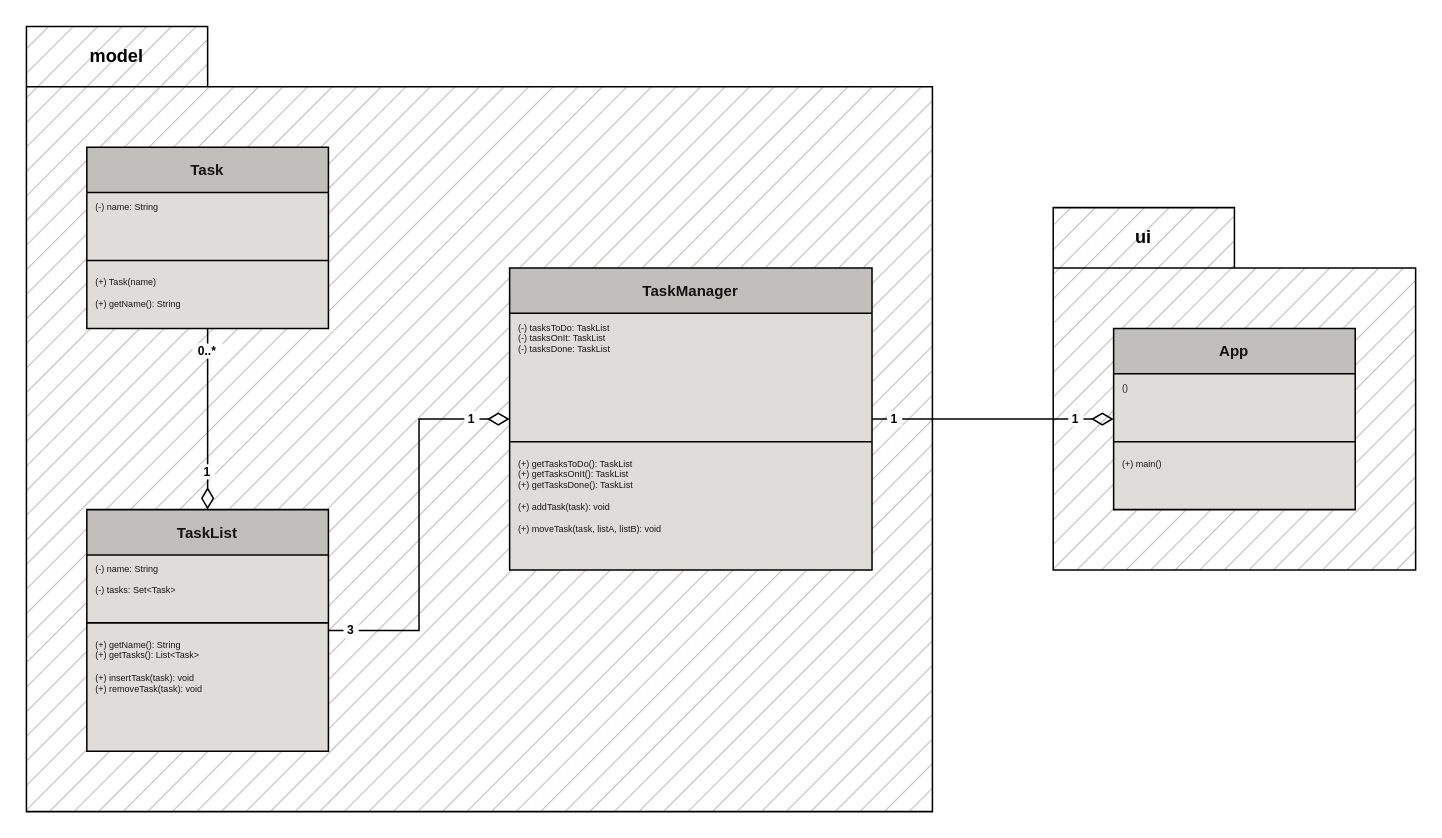
Before: docs/overview.drawio in diego-52h/kanban, a draw.io diagram. Source tidied: cells renumbered, new cells numbered last; positions are measured from the earlier drawing's top-left corner, leaving out a move shared by most shapes. Both pictures are drawn from the tidied source at 151%, with x=0, y=0 at pixel (26, 26).
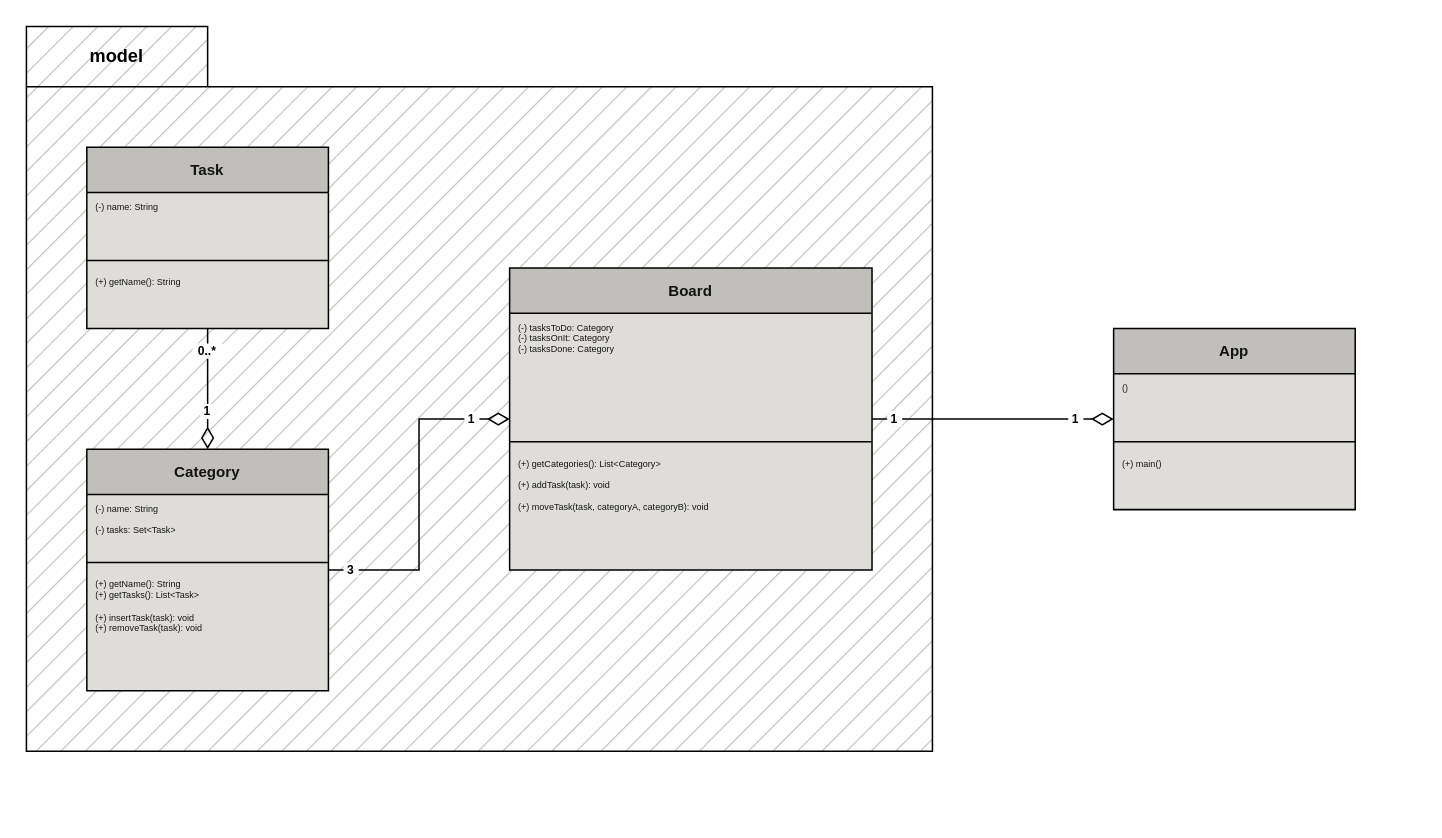
After the change.

Unchanged cells that the change refers to:
```xml
<mxCell id="9" value="Task" style="swimlane;fontStyle=1;align=center;verticalAlign=middle;horizontal=1;startSize=30;whiteSpace=wrap;html=1;fontFamily=Source Sans Pro;labelBackgroundColor=none;textOpacity=90;swimlaneFillColor=#deddda;fillColor=#c0bfbc;fontSize=10;rounded=0;" parent="1" vertex="1">
  <mxGeometry x="40" y="80" width="160" height="120" as="geometry" />
</mxCell>
```

The edit, as a diff of the source:
```diff
@@
-    <mxCell id="2" value="ui" style="shape=folder;fontStyle=1;tabWidth=120;tabHeight=40;tabPosition=left;html=1;boundedLbl=1;labelInHeader=1;whiteSpace=wrap;fillStyle=hatch;fillColor=#c0bfbc;fontFamily=Source Sans Pro;verticalAlign=middle;" parent="1" vertex="1">
-      <mxGeometry x="680" y="120" width="240" height="240" as="geometry" />
-    </mxCell>
     <mxCell id="3" value="model" style="shape=folder;fontStyle=1;tabWidth=120;tabHeight=40;tabPosition=left;html=1;boundedLbl=1;labelInHeader=1;whiteSpace=wrap;fillStyle=hatch;fillColor=#c0bfbc;fontFamily=Source Sans Pro;verticalAlign=middle;" parent="1" vertex="1">
-      <mxGeometry width="600" height="520" as="geometry" />
+      <mxGeometry width="600" height="480" as="geometry" />
     </mxCell>
@@
-    <mxCell id="12" value="&lt;div&gt;(+) Task(name)&lt;br&gt;&lt;/div&gt;&lt;div&gt;&lt;br&gt;&lt;/div&gt;&lt;div&gt;(+) getName(): String&lt;/div&gt;" style="text;align=left;verticalAlign=top;spacingLeft=4;spacingRight=4;overflow=hidden;whiteSpace=wrap;html=1;fontFamily=Source Code Pro;labelBackgroundColor=none;textOpacity=90;swimlaneFillColor=#deddda;fontSize=6;rounded=0;" parent="9" vertex="1">
+    <mxCell id="12" value="(+) getName(): String" style="text;align=left;verticalAlign=top;spacingLeft=4;spacingRight=4;overflow=hidden;whiteSpace=wrap;html=1;fontFamily=Source Code Pro;labelBackgroundColor=none;textOpacity=90;swimlaneFillColor=#deddda;fontSize=6;rounded=0;" parent="9" vertex="1">
       <mxGeometry y="80" width="160" height="40" as="geometry" />
     </mxCell>
-    <mxCell id="13" value="TaskList" style="swimlane;fontStyle=1;align=center;verticalAlign=middle;horizontal=1;startSize=30;whiteSpace=wrap;html=1;fontFamily=Source Sans Pro;labelBackgroundColor=none;textOpacity=90;swimlaneFillColor=#deddda;fillColor=#c0bfbc;fontSize=10;rounded=0;" parent="1" vertex="1">
-      <mxGeometry x="40" y="320" width="160" height="160" as="geometry" />
+    <mxCell id="13" value="Category" style="swimlane;fontStyle=1;align=center;verticalAlign=middle;horizontal=1;startSize=30;whiteSpace=wrap;html=1;fontFamily=Source Sans Pro;labelBackgroundColor=none;textOpacity=90;swimlaneFillColor=#deddda;fillColor=#c0bfbc;fontSize=10;rounded=0;" parent="1" vertex="1">
+      <mxGeometry x="40" y="280" width="160" height="160" as="geometry" />
     </mxCell>
@@
     <mxCell id="19" value="1" style="text;html=1;align=center;verticalAlign=middle;whiteSpace=wrap;rounded=0;fontSize=8;fontStyle=1;fontFamily=Source Code Pro;fillColor=default;" parent="1" vertex="1">
-      <mxGeometry x="115" y="290" width="10" height="10" as="geometry" />
+      <mxGeometry x="115" y="250" width="10" height="10" as="geometry" />
     </mxCell>
-    <mxCell id="20" value="TaskManager" style="swimlane;fontStyle=1;align=center;verticalAlign=middle;horizontal=1;startSize=30;whiteSpace=wrap;html=1;fontFamily=Source Sans Pro;labelBackgroundColor=none;textOpacity=90;swimlaneFillColor=#deddda;fillColor=#c0bfbc;fontSize=10;rounded=0;" parent="1" vertex="1">
+    <mxCell id="20" value="Board" style="swimlane;fontStyle=1;align=center;verticalAlign=middle;horizontal=1;startSize=30;whiteSpace=wrap;html=1;fontFamily=Source Sans Pro;labelBackgroundColor=none;textOpacity=90;swimlaneFillColor=#deddda;fillColor=#c0bfbc;fontSize=10;rounded=0;" parent="1" vertex="1">
       <mxGeometry x="320" y="160" width="240" height="200" as="geometry" />
     </mxCell>
-    <mxCell id="21" value="&lt;div&gt;(-) tasksToDo: TaskList&lt;/div&gt;&lt;div&gt;(-) tasksOnIt: TaskList&lt;/div&gt;&lt;div&gt;(-) tasksDone: TaskList&lt;/div&gt;" style="text;align=left;verticalAlign=top;spacingLeft=4;spacingRight=4;overflow=hidden;whiteSpace=wrap;html=1;fontFamily=Source Code Pro;labelBackgroundColor=none;textOpacity=90;swimlaneFillColor=#deddda;fontSize=6;rounded=0;" parent="20" vertex="1">
+    <mxCell id="21" value="&lt;div&gt;(-) tasksToDo: Category&lt;br&gt;&lt;/div&gt;&lt;div&gt;(-) tasksOnIt: Category&lt;br&gt;&lt;/div&gt;&lt;div&gt;(-) tasksDone: Category&lt;br&gt;&lt;/div&gt;" style="text;align=left;verticalAlign=top;spacingLeft=4;spacingRight=4;overflow=hidden;whiteSpace=wrap;html=1;fontFamily=Source Code Pro;labelBackgroundColor=none;textOpacity=90;swimlaneFillColor=#deddda;fontSize=6;rounded=0;" parent="20" vertex="1">
       <mxGeometry y="30" width="240" height="80" as="geometry" />
     </mxCell>
@@
-    <mxCell id="23" value="(+) getTasksToDo(): TaskList&lt;div&gt;(+) getTasksOnIt(): TaskList&lt;/div&gt;&lt;div&gt;(+) getTasksDone(): TaskList&lt;/div&gt;&lt;div&gt;&lt;br&gt;&lt;/div&gt;&lt;div&gt;&lt;div&gt;(+) addTask(task): void&lt;br&gt;&lt;/div&gt;&lt;/div&gt;&lt;div&gt;&lt;br&gt;&lt;/div&gt;&lt;div&gt;(+) moveTask(task, listA, listB): void&lt;br&gt;&lt;/div&gt;" style="text;align=left;verticalAlign=top;spacingLeft=4;spacingRight=4;overflow=hidden;whiteSpace=wrap;html=1;fontFamily=Source Code Pro;labelBackgroundColor=none;textOpacity=90;swimlaneFillColor=#deddda;fontSize=6;rounded=0;" parent="20" vertex="1">
+    <mxCell id="23" value="(+) getCategories(): List&amp;lt;Category&amp;gt;&lt;br&gt;&lt;div&gt;&lt;br&gt;&lt;/div&gt;&lt;div&gt;&lt;div&gt;(+) addTask(task): void&lt;br&gt;&lt;/div&gt;&lt;/div&gt;&lt;div&gt;&lt;br&gt;&lt;/div&gt;&lt;div&gt;(+) moveTask(task, categoryA, categoryB): void&lt;br&gt;&lt;/div&gt;" style="text;align=left;verticalAlign=top;spacingLeft=4;spacingRight=4;overflow=hidden;whiteSpace=wrap;html=1;fontFamily=Source Code Pro;labelBackgroundColor=none;textOpacity=90;swimlaneFillColor=#deddda;fontSize=6;rounded=0;" parent="20" vertex="1">
       <mxGeometry y="120" width="240" height="80" as="geometry" />
     </mxCell>
     <mxCell id="24" style="endArrow=none;html=1;endSize=12;startArrow=diamondThin;startSize=12;startFill=0;edgeStyle=orthogonalEdgeStyle;align=center;verticalAlign=middle;rounded=0;endFill=0;fontFamily=Source Code Pro;fontSize=8;labelBackgroundColor=none;fontStyle=1;" parent="1" edge="1" source="20" target="13">
       <mxGeometry x="0.92" y="10" relative="1" as="geometry">
         <Array as="points">
           <mxPoint x="260" y="260" />
-          <mxPoint x="260" y="400" />
+          <mxPoint x="260" y="360" />
         </Array>
       </mxGeometry>
     </mxCell>
     <mxCell id="25" value="3" style="text;html=1;align=center;verticalAlign=middle;whiteSpace=wrap;rounded=0;fontSize=8;fontStyle=1;fontFamily=Source Code Pro;fillColor=default;" parent="1" vertex="1">
-      <mxGeometry x="210" y="395" width="10" height="10" as="geometry" />
+      <mxGeometry x="210" y="355" width="10" height="10" as="geometry" />
     </mxCell>
```
